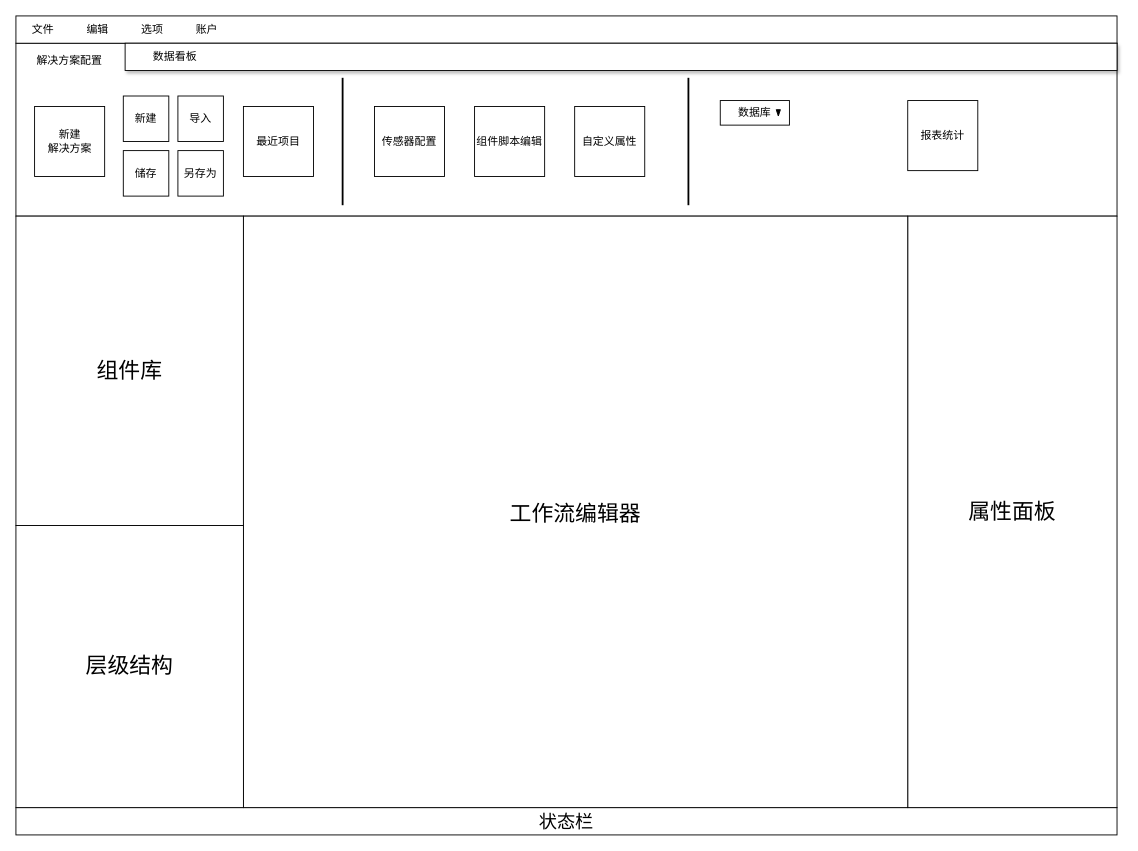
Before: MOM界面示意图.drawio in SiriusFang2020/DrowIOProjs, a draw.io diagram. Source tidied: cells renumbered, new cells numbered last; positions are measured from the earlier drawing's top-left corner, leaving out a move shared by most shapes. Both pictures are drawn from the tidied source at 91%, with x=0, y=0 at pixel (15, 15). Pictures stored in the file or linked from it are replaced by grey dashed boxes.
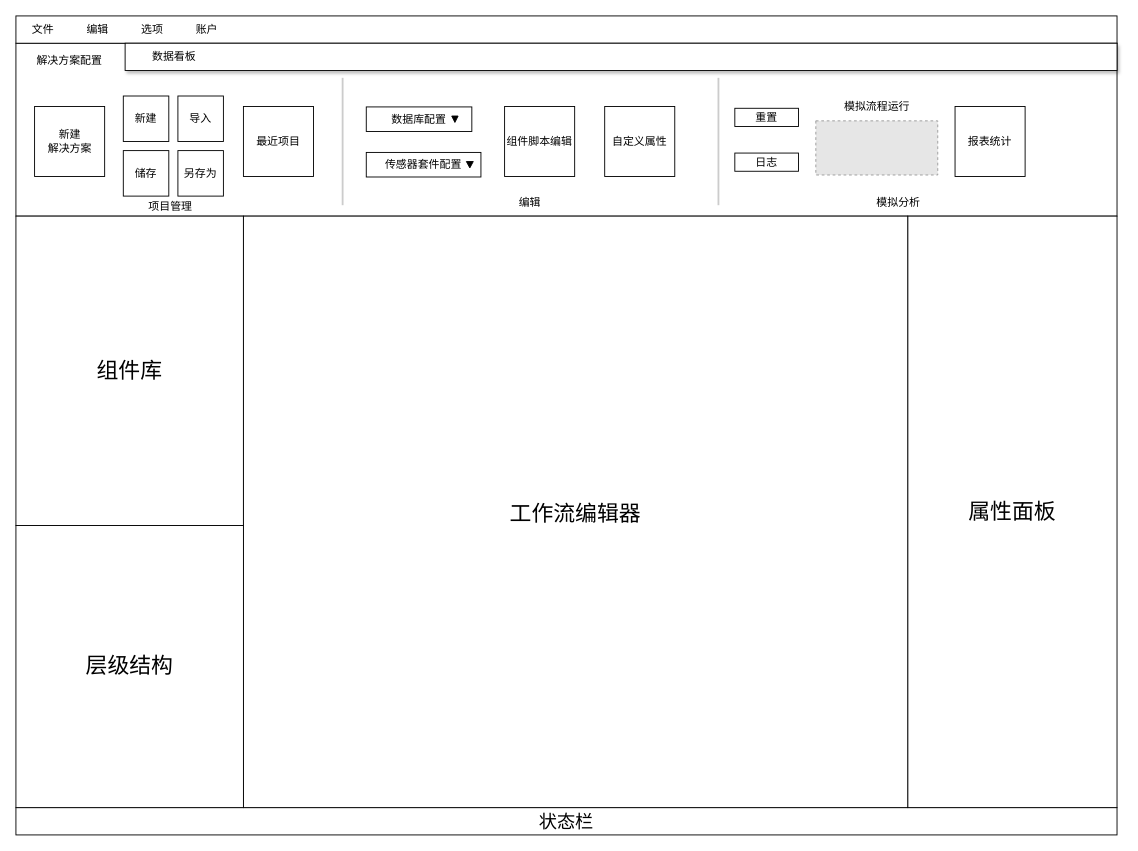
After the change.

Commit message (it also covers changes not shown here):
更新MOM界面示意图.drawio

What changed in the source:
```diff
@@
-    <mxCell id="15" style="line;strokeWidth=2;direction=south;html=1;" parent="1" vertex="1">
+    <mxCell id="15" style="line;strokeWidth=2;direction=south;html=1;strokeColor=#CCCCCC;" parent="1" vertex="1">
       <mxGeometry x="354" y="68" width="10" height="140" as="geometry" />
     </mxCell>
     <mxCell id="16" value="组件脚本编辑" style="rounded=0;whiteSpace=wrap;html=1;" parent="1" vertex="1">
-      <mxGeometry x="504" y="99.5" width="77" height="77" as="geometry" />
+      <mxGeometry x="537" y="99.5" width="77" height="77" as="geometry" />
     </mxCell>
     <mxCell id="17" value="自定义属性" style="rounded=0;whiteSpace=wrap;html=1;" parent="1" vertex="1">
-      <mxGeometry x="614" y="99.5" width="77" height="77" as="geometry" />
+      <mxGeometry x="647" y="99.5" width="77" height="77" as="geometry" />
     </mxCell>
@@
     <mxCell id="19" style="group;glass=0;rounded=1;" parent="1" vertex="1">
-      <mxGeometry x="774" y="93" width="76" height="27" as="geometry" />
+      <mxGeometry x="385" y="100" width="116" height="27" as="geometry" />
     </mxCell>
-    <mxCell id="20" value="数据库" style="rounded=0;whiteSpace=wrap;html=1;sketch=0;glass=0;" parent="19" vertex="1">
-      <mxGeometry width="76" height="27" as="geometry" />
+    <mxCell id="20" value="数据库配置" style="rounded=0;whiteSpace=wrap;html=1;sketch=0;glass=0;" parent="19" vertex="1">
+      <mxGeometry width="116" height="27" as="geometry" />
     </mxCell>
     <mxCell id="21" style="verticalLabelPosition=bottom;verticalAlign=top;html=1;shape=mxgraph.basic.acute_triangle;dx=0.5;rotation=-180;fillColor=#000000;" parent="19" vertex="1">
-      <mxGeometry x="61.5" y="10" width="4.6" height="7" as="geometry" />
+      <mxGeometry x="93.9" y="10" width="7" height="7" as="geometry" />
     </mxCell>
-    <mxCell id="22" style="line;strokeWidth=2;direction=south;html=1;" parent="1" vertex="1">
-      <mxGeometry x="734" y="68" width="10" height="140" as="geometry" />
+    <mxCell id="22" style="line;strokeWidth=2;direction=south;html=1;strokeColor=#CCCCCC;" parent="1" vertex="1">
+      <mxGeometry x="767" y="68" width="10" height="140" as="geometry" />
     </mxCell>
@@
     <mxCell id="26" value="数据看板" style="text;html=1;strokeColor=none;fillColor=none;align=center;verticalAlign=middle;whiteSpace=wrap;rounded=0;shadow=1;" parent="1" vertex="1">
-      <mxGeometry x="138" y="30" width="74" height="30" as="geometry" />
+      <mxGeometry x="137" y="30" width="74" height="30" as="geometry" />
     </mxCell>
@@
-    <mxCell id="28" value="传感器配置" style="rounded=0;whiteSpace=wrap;html=1;" parent="1" vertex="1">
-      <mxGeometry x="394" y="99.5" width="77" height="77" as="geometry" />
-    </mxCell>
@@
     <mxCell id="30" value="报表统计" style="rounded=0;whiteSpace=wrap;html=1;" parent="1" vertex="1">
-      <mxGeometry x="980" y="93" width="77" height="77" as="geometry" />
+      <mxGeometry x="1032" y="99.5" width="77" height="77" as="geometry" />
     </mxCell>
+    <mxCell id="31" value="项目管理" style="text;html=1;strokeColor=none;fillColor=none;align=center;verticalAlign=middle;whiteSpace=wrap;rounded=0;shadow=1;glass=0;sketch=0;" parent="1" vertex="1">
+      <mxGeometry x="140" y="195" width="60" height="30" as="geometry" />
+    </mxCell>
+    <mxCell id="32" value="编辑" style="text;html=1;strokeColor=none;fillColor=none;align=center;verticalAlign=middle;whiteSpace=wrap;rounded=0;shadow=1;glass=0;sketch=0;" parent="1" vertex="1">
+      <mxGeometry x="535" y="190" width="60" height="30" as="geometry" />
+    </mxCell>
+    <mxCell id="33" value="模拟分析" style="text;html=1;strokeColor=none;fillColor=none;align=center;verticalAlign=middle;whiteSpace=wrap;rounded=0;shadow=1;glass=0;sketch=0;" parent="1" vertex="1">
+      <mxGeometry x="940" y="190" width="60" height="30" as="geometry" />
+    </mxCell>
+    <mxCell id="34" style="group;glass=0;rounded=1;" parent="1" vertex="1">
+      <mxGeometry x="385" y="150" width="126" height="27" as="geometry" />
+    </mxCell>
+    <mxCell id="35" value="传感器套件配置" style="rounded=0;whiteSpace=wrap;html=1;sketch=0;glass=0;" parent="34" vertex="1">
+      <mxGeometry width="126" height="27" as="geometry" />
+    </mxCell>
+    <mxCell id="36" style="verticalLabelPosition=bottom;verticalAlign=top;html=1;shape=mxgraph.basic.acute_triangle;dx=0.5;rotation=-180;fillColor=#000000;" parent="34" vertex="1">
+      <mxGeometry x="110" y="10" width="7.6" height="7" as="geometry" />
+    </mxCell>
+    <mxCell id="37" style="fillColor=#E6E6E6;strokeColor=#999999;dashed=1;verticalLabelPosition=bottom;labelBackgroundColor=default;verticalAlign=top;" parent="1" vertex="1">
+      <mxGeometry x="879" y="115.3" width="134" height="59.5" as="geometry" />
+    </mxCell>
+    <mxCell id="38" value="重置" style="rounded=0;whiteSpace=wrap;html=1;shadow=0;glass=0;sketch=0;strokeColor=#000000;" parent="1" vertex="1">
+      <mxGeometry x="790" y="101.5" width="70" height="20" as="geometry" />
+    </mxCell>
+    <mxCell id="39" value="日志" style="rounded=0;whiteSpace=wrap;html=1;shadow=0;glass=0;sketch=0;strokeColor=#000000;" parent="1" vertex="1">
+      <mxGeometry x="790" y="150.7" width="70" height="20" as="geometry" />
+    </mxCell>
+    <mxCell id="40" value="模拟流程运行" style="text;html=1;strokeColor=none;fillColor=none;align=center;verticalAlign=middle;whiteSpace=wrap;rounded=0;shadow=0;glass=0;sketch=0;" parent="1" vertex="1">
+      <mxGeometry x="906" y="85.3" width="81" height="30" as="geometry" />
+    </mxCell>
```
